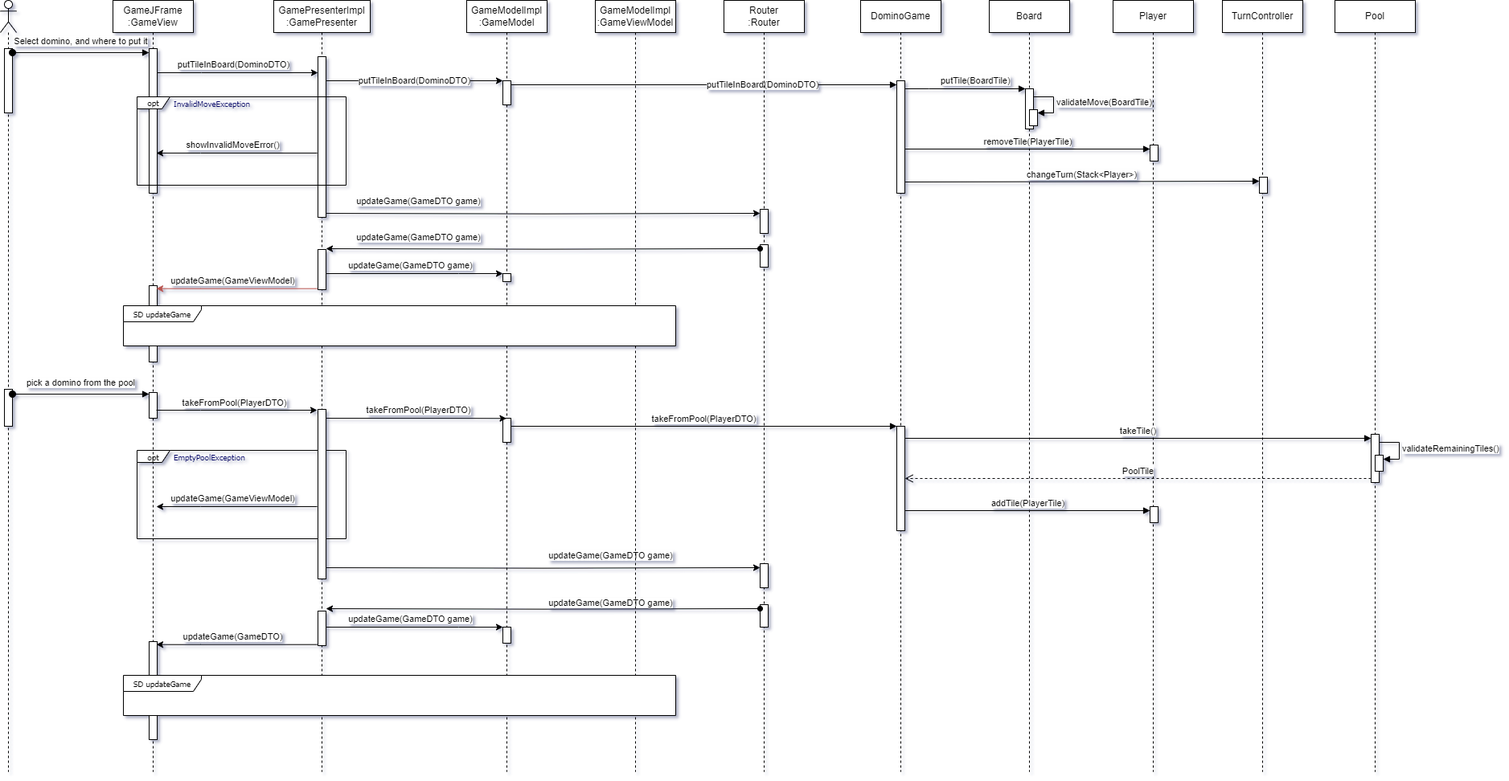
The draw.io diagram docs/imgs/SD_ejercer_turno.png in SilverFlin/DominosPizza, before a commit. Source tidied: cells renumbered, new cells last; positions are measured from the earlier drawing's top-left corner, leaving out a move shared by most shapes.
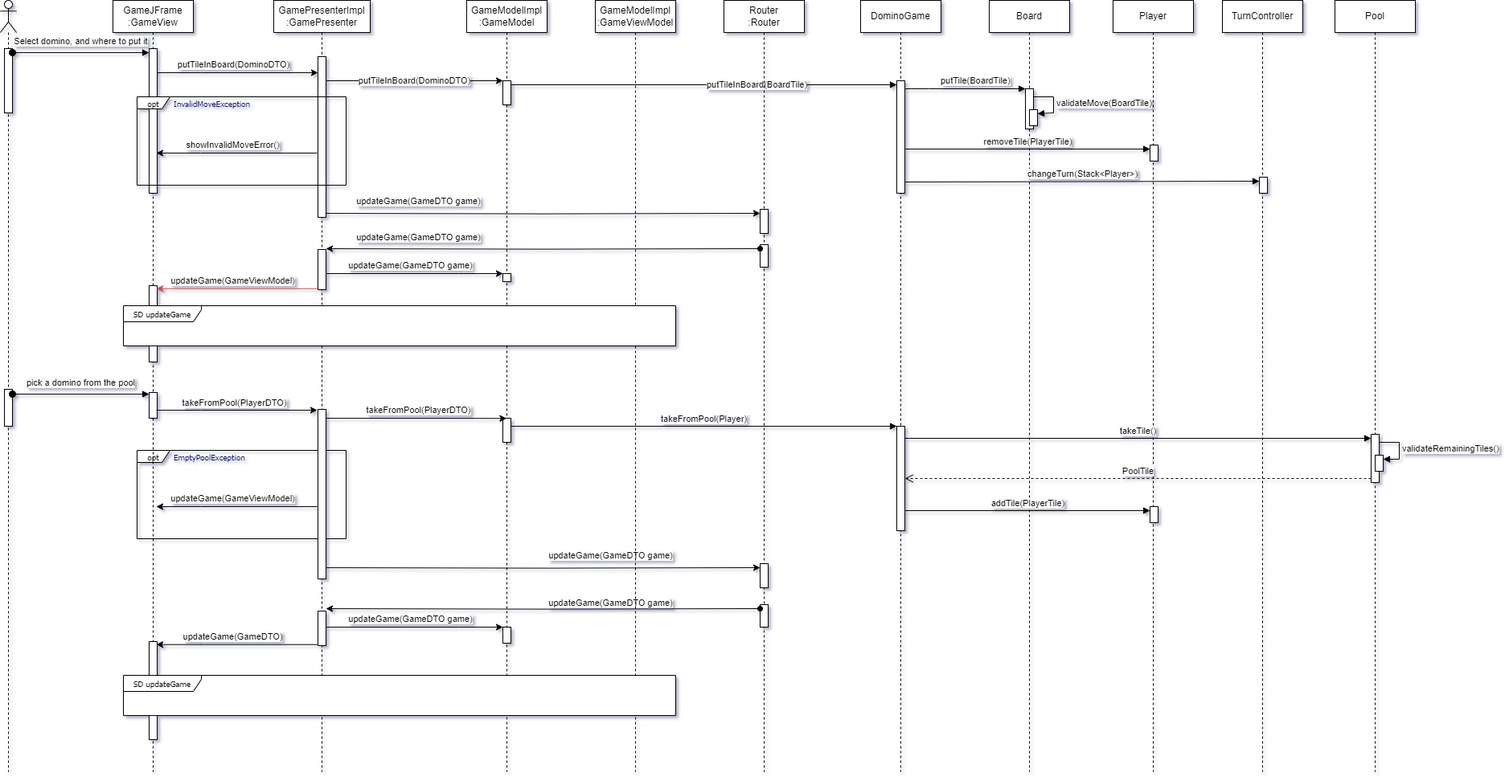
After the change.

Commit message:
docs: update ejercer turno png

What changed in the source:
```diff
@@ -279,7 +279,7 @@
     <mxCell id="43" style="html=1;points=[[0,0,0,0,5],[0,1,0,0,-5],[1,0,0,0,5],[1,1,0,0,-5]];perimeter=orthogonalPerimeter;outlineConnect=0;targetShapes=umlLifeline;portConstraint=eastwest;newEdgeStyle={&quot;curved&quot;:0,&quot;rounded&quot;:0};" parent="42" vertex="1">
       <mxGeometry x="45" y="100" width="10" height="30" as="geometry" />
     </mxCell>
-    <mxCell id="44" value="putTileInBoard(DominoDTO)" style="html=1;align=left;spacingLeft=2;endArrow=block;rounded=0;edgeStyle=orthogonalEdgeStyle;curved=0;rounded=0;" parent="42" edge="1" target="67">
+    <mxCell id="44" value="putTileInBoard(BoardTile)" style="html=1;align=left;spacingLeft=2;endArrow=block;rounded=0;edgeStyle=orthogonalEdgeStyle;curved=0;rounded=0;" parent="42" edge="1" target="67">
       <mxGeometry relative="1" as="geometry">
         <mxPoint x="55" y="105" as="sourcePoint" />
         <Array as="points">
@@ -480,7 +480,7 @@
     <mxCell id="84" value="SD updateGame" style="shape=umlFrame;whiteSpace=wrap;html=1;fontFamily=Tahoma;fontSize=10;align=center;width=97;height=20;swimlaneFillColor=default;" parent="1" vertex="1">
       <mxGeometry x="153" y="840" width="687" height="50" as="geometry" />
     </mxCell>
-    <mxCell id="85" value="takeFromPool(PlayerDTO)" style="html=1;verticalAlign=bottom;endArrow=block;curved=0;rounded=0;" parent="1" edge="1" target="69">
+    <mxCell id="85" value="takeFromPool(Player)" style="html=1;verticalAlign=bottom;endArrow=block;curved=0;rounded=0;" parent="1" edge="1" target="69">
       <mxGeometry relative="1" as="geometry">
         <mxPoint x="635" y="530" as="sourcePoint" />
       </mxGeometry>
```
